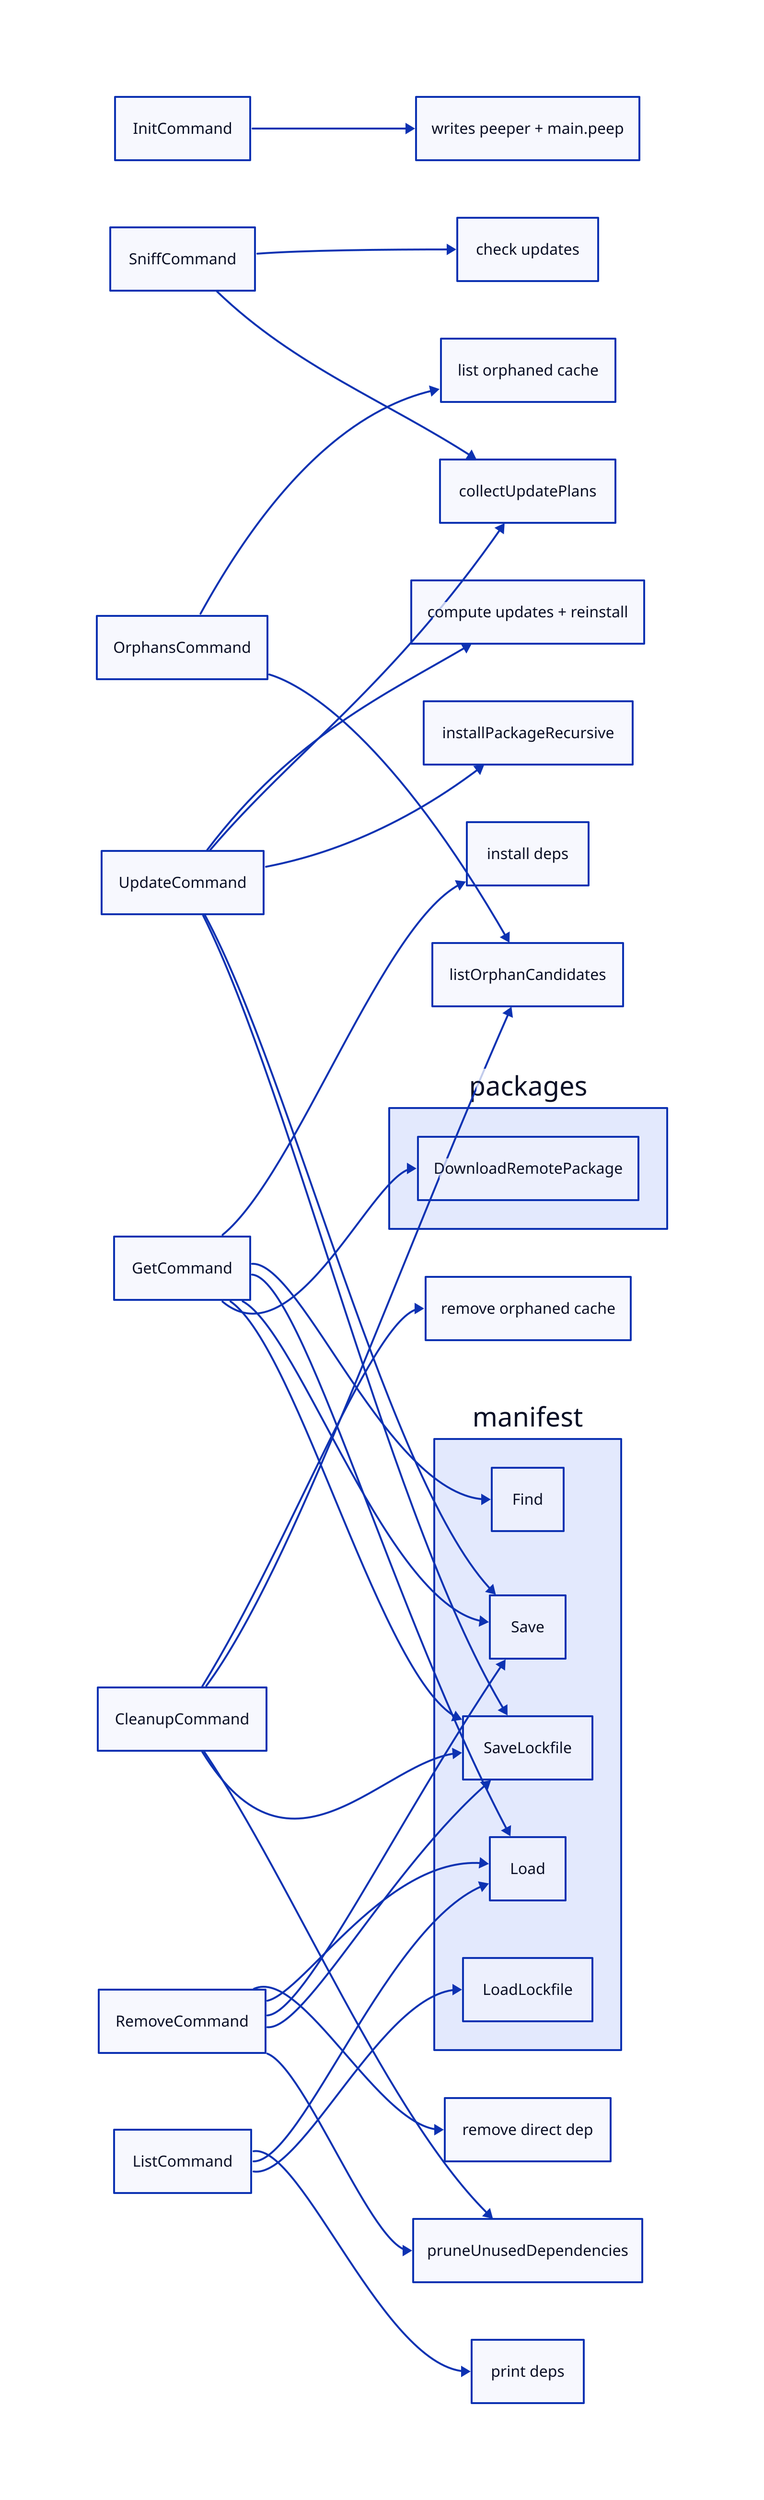
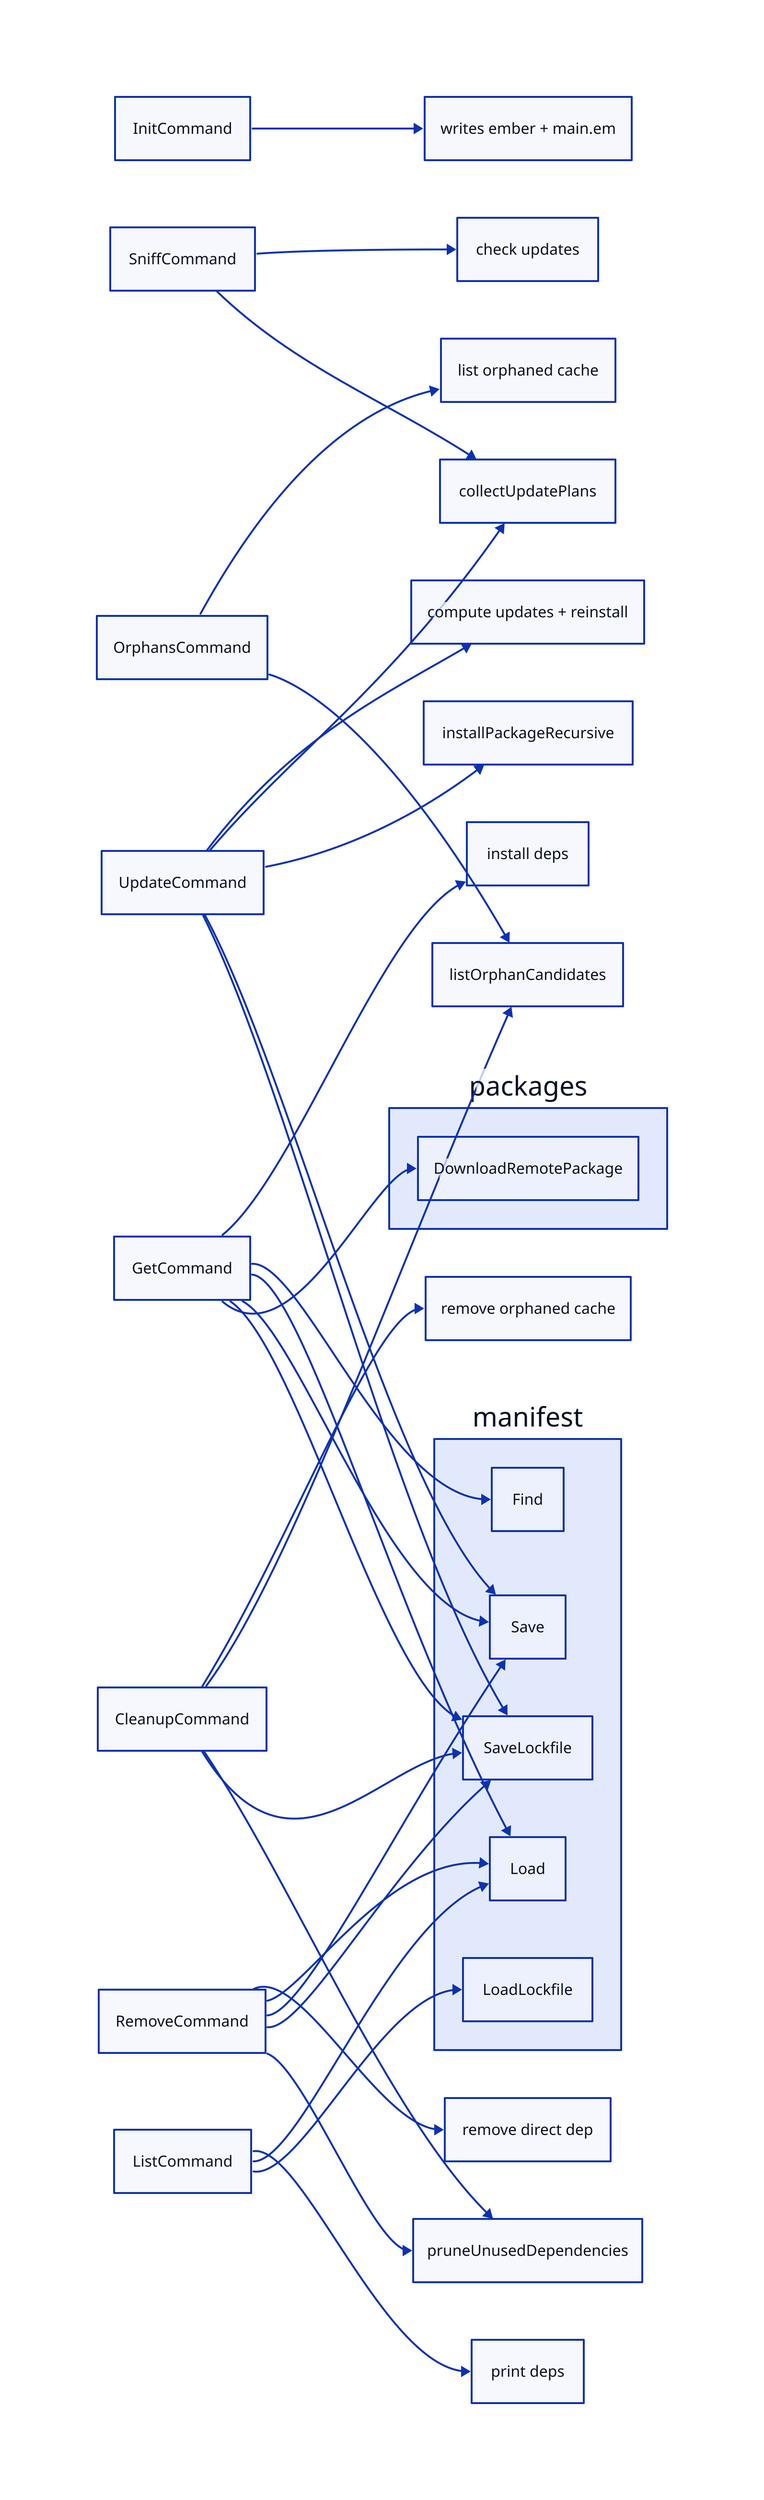
direction: right

- InitCommand -> "writes peeper + main.peep"
+ InitCommand -> "writes ember + main.em"
GetCommand -> "install deps"
UpdateCommand -> "compute updates + reinstall"
SniffCommand -> "check updates"
RemoveCommand -> "remove direct dep"
ListCommand -> "print deps"
CleanupCommand -> "remove orphaned cache"
OrphansCommand -> "list orphaned cache"

GetCommand -> manifest.Find
GetCommand -> manifest.Load
GetCommand -> manifest.Save
GetCommand -> manifest.SaveLockfile
GetCommand -> packages.DownloadRemotePackage

UpdateCommand -> collectUpdatePlans
UpdateCommand -> installPackageRecursive
UpdateCommand -> manifest.Save
UpdateCommand -> manifest.SaveLockfile

SniffCommand -> collectUpdatePlans

RemoveCommand -> manifest.Load
RemoveCommand -> manifest.Save
RemoveCommand -> manifest.SaveLockfile
RemoveCommand -> pruneUnusedDependencies

ListCommand -> manifest.Load
ListCommand -> manifest.LoadLockfile

CleanupCommand -> listOrphanCandidates
CleanupCommand -> pruneUnusedDependencies
CleanupCommand -> manifest.SaveLockfile

OrphansCommand -> listOrphanCandidates
